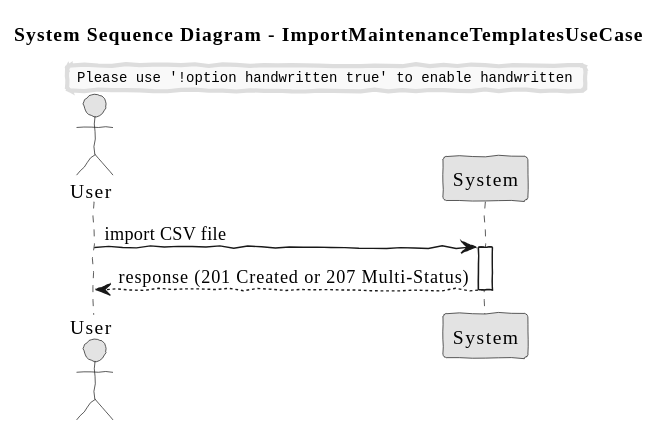
VascoMagolo/psoft_1231562_1241692_1242036_2db keeps this PlantUML diagram as docs/system-documentation/use-cases/BONUS/US225/svg/ssd_ImportMaintenanceTemplatesUseCase.svg. Above is the earlier version. Source of this version:
```plantuml
@startuml
skinparam handwritten true
skinparam monochrome true
skinparam packageStyle rect
skinparam defaultFontName FG Virgil
skinparam shadowing false

title System Sequence Diagram - ImportMaintenanceTemplatesUseCase

actor "User" as user
participant "System" as sys

user -> sys: import CSV file
activate sys
sys --> user: response (201 Created or 207 Multi-Status)
deactivate sys
@enduml
```
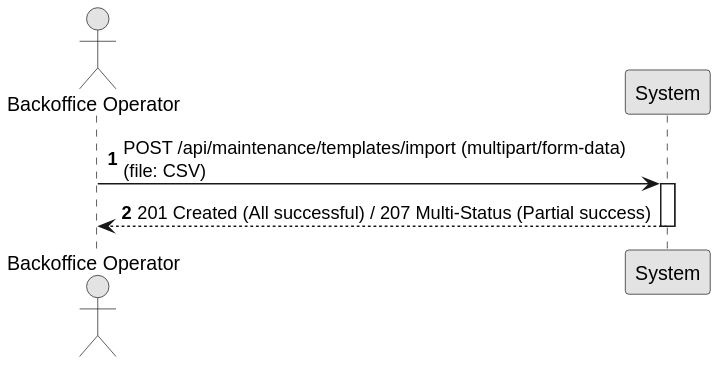
Above is the later version.

The edit, as a diff of the source:
```diff
@@ -1,17 +1,14 @@
 @startuml
-skinparam handwritten true
+autonumber
 skinparam monochrome true
 skinparam packageStyle rect
-skinparam defaultFontName FG Virgil
 skinparam shadowing false
 
-title System Sequence Diagram - ImportMaintenanceTemplatesUseCase
+actor "Backoffice Operator" as Actor
+participant "System" as Sys
 
-actor "User" as user
-participant "System" as sys
-
-user -> sys: import CSV file
-activate sys
-sys --> user: response (201 Created or 207 Multi-Status)
-deactivate sys
+Actor -> Sys : POST /api/maintenance/templates/import (multipart/form-data)\n(file: CSV)
+activate Sys
+Sys --> Actor : 201 Created (All successful) / 207 Multi-Status (Partial success)
+deactivate Sys
 @enduml
```
